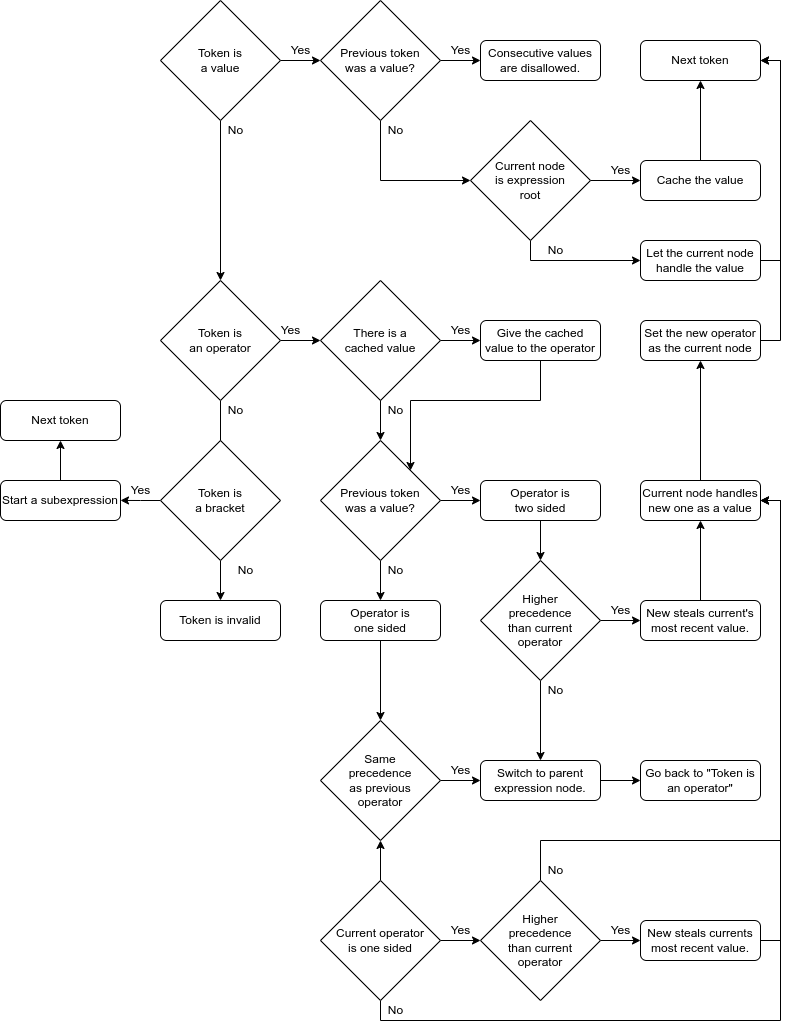
Before: docs/expression-handling.png, a diagram exported from draw.io (roopereku/caplang). Source tidied: cells renumbered, new cells last; positions are measured from the earlier drawing's top-left corner, leaving out a move shared by most shapes.
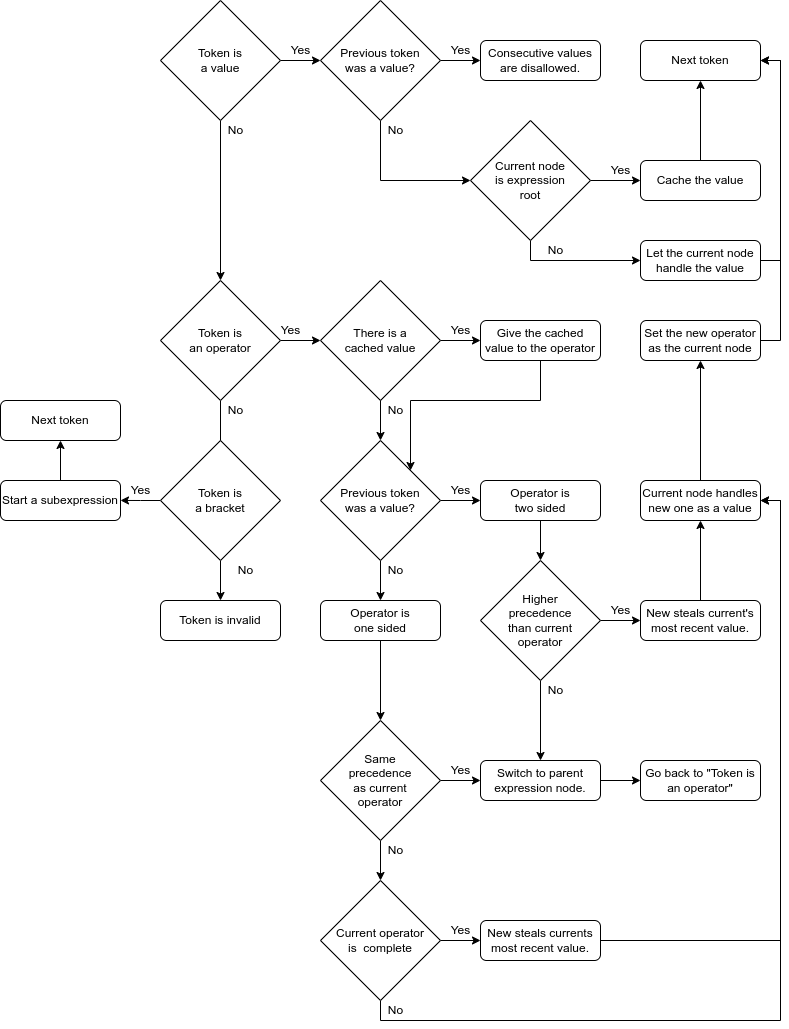
Above is the later version.

Commit message:
Rework call operator

What changed in the source:
```diff
@@ -172,7 +172,10 @@
     <mxCell id="57" style="edgeStyle=orthogonalEdgeStyle;rounded=0;jettySize=auto;html=1;exitX=1;exitY=0.5;exitDx=0;exitDy=0;entryX=0;entryY=0.5;entryDx=0;entryDy=0;" parent="1" edge="1" source="58" target="54">
       <mxGeometry relative="1" as="geometry" />
     </mxCell>
+    <mxCell id="83" style="edgeStyle=orthogonalEdgeStyle;rounded=0;jettySize=auto;html=1;exitX=0.5;exitY=1;exitDx=0;exitDy=0;entryX=0.5;entryY=0;entryDx=0;entryDy=0;" parent="1" edge="1" source="58" target="71">
+      <mxGeometry relative="1" as="geometry" />
+    </mxCell>
-    <mxCell id="58" value="Same&lt;br&gt;precedence&lt;br&gt;as previous&lt;br&gt;operator" style="rhombus;whiteSpace=wrap;html=1;" parent="1" vertex="1">
+    <mxCell id="58" value="Same&lt;br&gt;precedence&lt;br&gt;as current&lt;br&gt;operator" style="rhombus;whiteSpace=wrap;html=1;" parent="1" vertex="1">
       <mxGeometry x="320" y="720" width="120" height="120" as="geometry" />
     </mxCell>
     <mxCell id="59" value="No" style="text;html=1;align=center;verticalAlign=middle;strokeColor=none;fillColor=none;" parent="1" vertex="1">
@@ -188,44 +191,20 @@
       <mxGeometry relative="1" as="geometry" />
     </mxCell>
     <mxCell id="63" value="New steals currents most recent value." style="rounded=1;whiteSpace=wrap;html=1;" parent="1" vertex="1">
-      <mxGeometry x="640" y="920" width="120" height="40" as="geometry" />
+      <mxGeometry x="480" y="920" width="120" height="40" as="geometry" />
     </mxCell>
-    <mxCell id="64" style="edgeStyle=orthogonalEdgeStyle;rounded=0;jettySize=auto;html=1;exitX=1;exitY=0.5;exitDx=0;exitDy=0;entryX=0;entryY=0.5;entryDx=0;entryDy=0;" parent="1" edge="1" source="66" target="63">
-      <mxGeometry relative="1" as="geometry" />
-    </mxCell>
-    <mxCell id="65" style="edgeStyle=orthogonalEdgeStyle;rounded=0;jettySize=auto;html=1;exitX=0.5;exitY=0;exitDx=0;exitDy=0;entryX=1;entryY=0.5;entryDx=0;entryDy=0;" parent="1" edge="1" source="66" target="44">
-      <mxGeometry relative="1" as="geometry">
-        <Array as="points">
-          <mxPoint x="540" y="840" />
-          <mxPoint x="780" y="840" />
-          <mxPoint x="780" y="500" />
-        </Array>
-      </mxGeometry>
-    </mxCell>
-    <mxCell id="66" value="Higher&lt;br&gt;precedence&lt;br&gt;than current&lt;br&gt;operator" style="rhombus;whiteSpace=wrap;html=1;" parent="1" vertex="1">
-      <mxGeometry x="480" y="880" width="120" height="120" as="geometry" />
-    </mxCell>
     <mxCell id="67" value="Yes" style="text;html=1;align=center;verticalAlign=middle;strokeColor=none;fillColor=none;" parent="1" vertex="1">
-      <mxGeometry x="600" y="920" width="40" height="20" as="geometry" />
+      <mxGeometry x="440" y="920" width="40" height="20" as="geometry" />
     </mxCell>
-    <mxCell id="68" style="edgeStyle=orthogonalEdgeStyle;rounded=0;jettySize=auto;html=1;exitX=1;exitY=0.5;exitDx=0;exitDy=0;entryX=0;entryY=0.5;entryDx=0;entryDy=0;" parent="1" edge="1" source="71" target="66">
-      <mxGeometry relative="1" as="geometry" />
-    </mxCell>
-    <mxCell id="69" style="edgeStyle=orthogonalEdgeStyle;rounded=0;jettySize=auto;html=1;exitX=0.5;exitY=0;exitDx=0;exitDy=0;entryX=0.5;entryY=1;entryDx=0;entryDy=0;" parent="1" edge="1" source="71" target="58">
-      <mxGeometry relative="1" as="geometry" />
-    </mxCell>
     <mxCell id="70" style="edgeStyle=orthogonalEdgeStyle;rounded=0;jettySize=auto;html=1;exitX=0.5;exitY=1;exitDx=0;exitDy=0;entryX=1;entryY=0.5;entryDx=0;entryDy=0;" parent="1" edge="1" source="71" target="44">
       <mxGeometry relative="1" as="geometry" />
     </mxCell>
+    <mxCell id="84" style="edgeStyle=orthogonalEdgeStyle;rounded=0;jettySize=auto;html=1;exitX=1;exitY=0.5;exitDx=0;exitDy=0;entryX=0;entryY=0.5;entryDx=0;entryDy=0;" parent="1" edge="1" source="71" target="63">
+      <mxGeometry relative="1" as="geometry" />
+    </mxCell>
-    <mxCell id="71" value="Current operator&lt;br&gt;is one sided" style="rhombus;whiteSpace=wrap;html=1;" parent="1" vertex="1">
+    <mxCell id="71" value="Current operator&lt;br&gt;is&amp;nbsp; complete" style="rhombus;whiteSpace=wrap;html=1;" parent="1" vertex="1">
       <mxGeometry x="320" y="880" width="120" height="120" as="geometry" />
     </mxCell>
-    <mxCell id="72" value="Yes" style="text;html=1;align=center;verticalAlign=middle;strokeColor=none;fillColor=none;" parent="1" vertex="1">
-      <mxGeometry x="440" y="920" width="40" height="20" as="geometry" />
-    </mxCell>
-    <mxCell id="73" value="No" style="text;html=1;align=center;verticalAlign=middle;strokeColor=none;fillColor=none;" parent="1" vertex="1">
-      <mxGeometry x="540" y="860" width="30" height="20" as="geometry" />
-    </mxCell>
     <mxCell id="74" style="edgeStyle=orthogonalEdgeStyle;rounded=0;jettySize=auto;html=1;exitX=0;exitY=0.5;exitDx=0;exitDy=0;" parent="1" edge="1" source="76">
       <mxGeometry relative="1" as="geometry">
         <mxPoint x="120" y="499.9" as="targetPoint" />
@@ -255,5 +234,8 @@
     <mxCell id="82" value="Yes" style="text;html=1;align=center;verticalAlign=middle;strokeColor=none;fillColor=none;" parent="1" vertex="1">
       <mxGeometry x="120" y="480" width="40" height="20" as="geometry" />
     </mxCell>
+    <mxCell id="73" value="No" style="text;html=1;align=center;verticalAlign=middle;strokeColor=none;fillColor=none;" parent="1" vertex="1">
+      <mxGeometry x="380" y="840" width="30" height="20" as="geometry" />
+    </mxCell>
   </root>
 </mxGraphModel>
```
